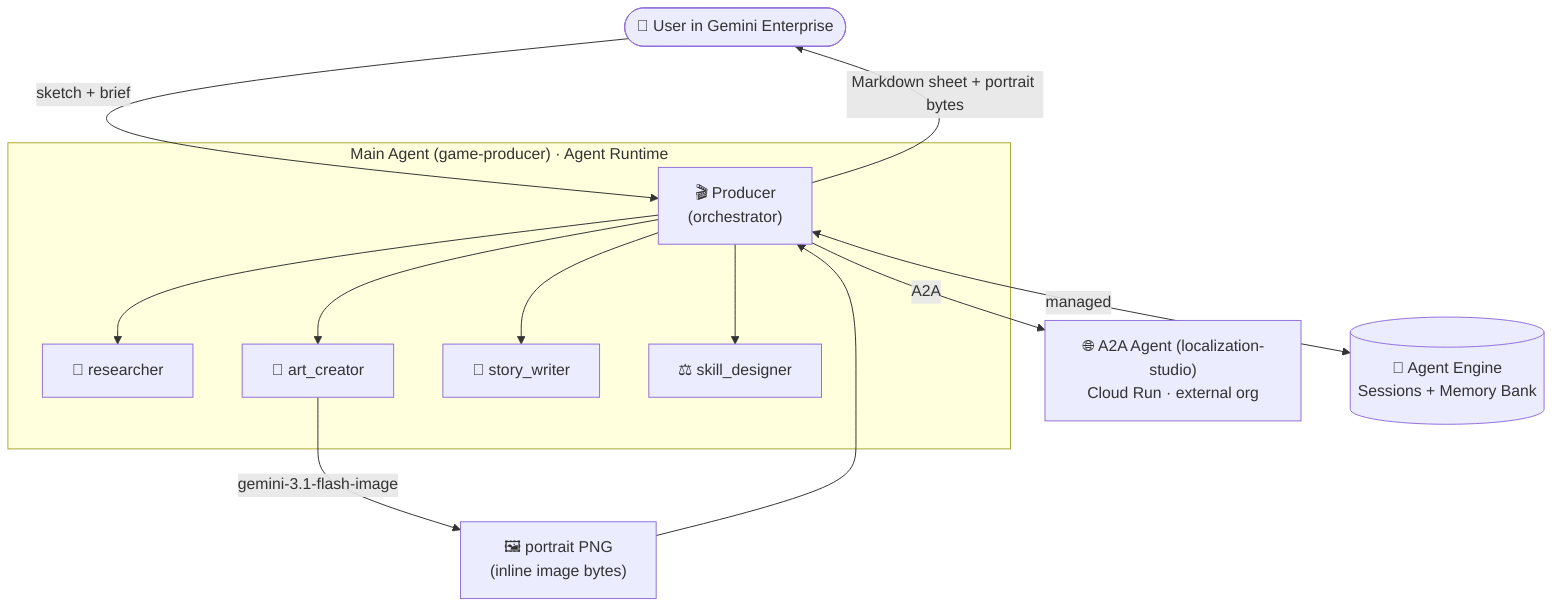
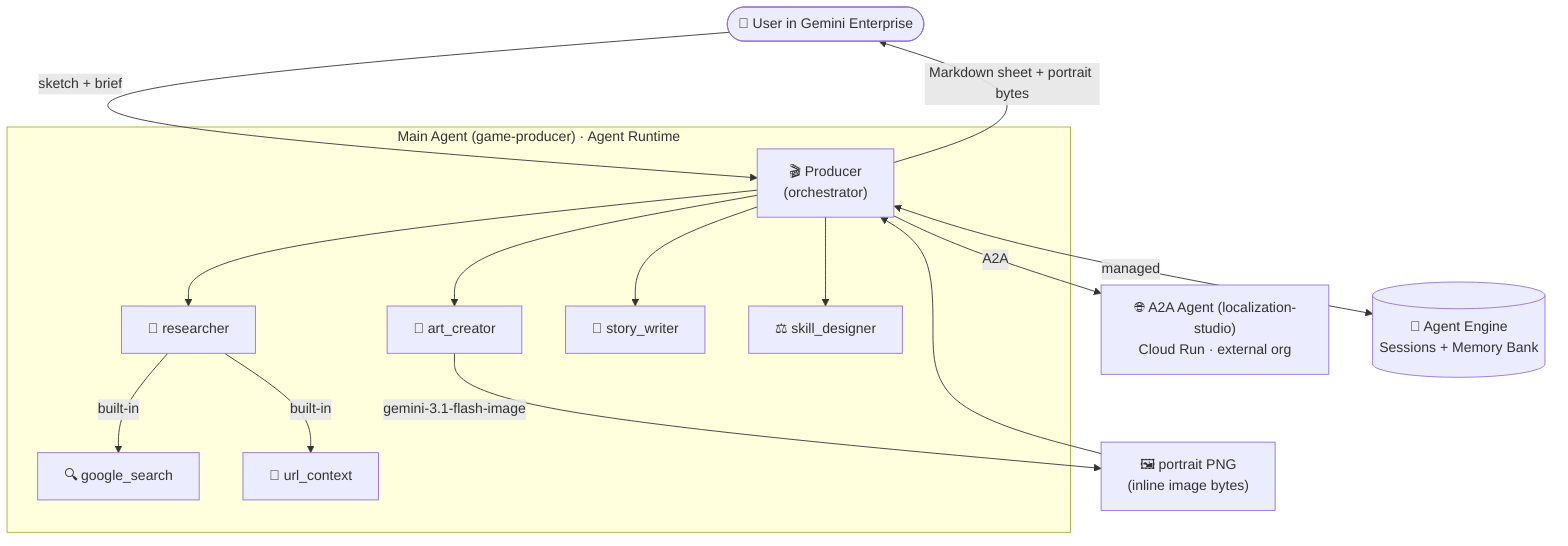
graph TD
  U(["👤 User in Gemini Enterprise"]) -->|"sketch + brief"| GP
  subgraph PROD["Main Agent (game-producer) · Agent Runtime"]
    GP["🎬 Producer<br/>(orchestrator)"]
    R["🔎 researcher"]
    AD["🎨 art_creator"]
    LW["📜 story_writer"]
    BD["⚖️ skill_designer"]
    GP --> R
    GP --> AD
    GP --> LW
    GP --> BD
+     R -->|"built-in"| GS["🔍 google_search"]
+     R -->|"built-in"| UC["🔗 url_context"]
  end
  AD -->|"gemini-3.1-flash-image"| IMG["🖼️ portrait PNG<br/>(inline image bytes)"]
  IMG --> GP
  GP -->|"A2A"| LOC["🌐 A2A Agent (localization-studio)<br/>Cloud Run · external org"]
  GP <-->|"managed"| MEM[("🧠 Agent Engine<br/>Sessions + Memory Bank")]
  GP -->|"Markdown sheet + portrait bytes"| U
